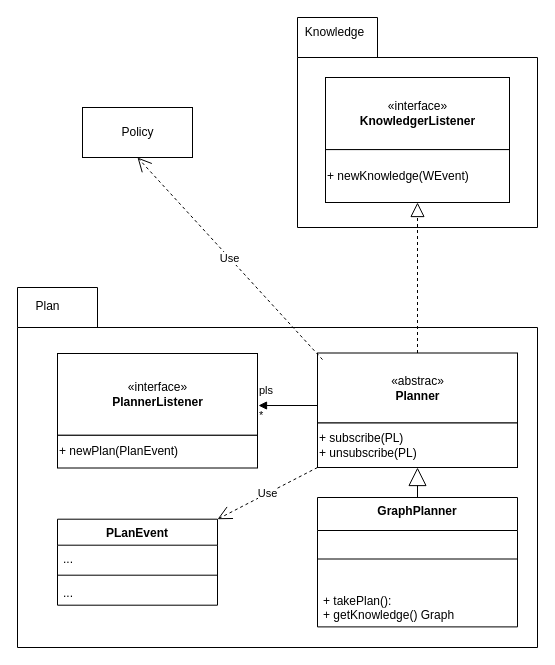
The draw.io diagram fig/drawio/static_model_KP.drawio in Sylv-Lej/thesis-separation-concerns, before the edit. Source tidied: cells renumbered, new cells numbered last; positions are measured from the earlier drawing's top-left corner, leaving out a move shared by most shapes. Both pictures are drawn from the tidied source at 100%, with x=0, y=0 at pixel (17, 17).
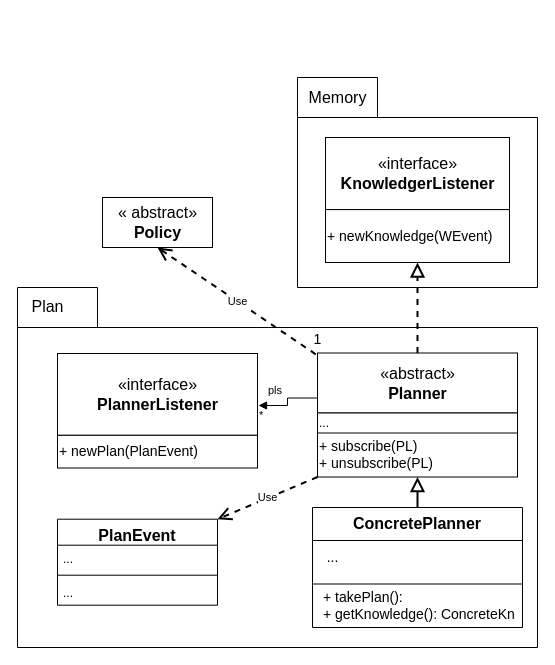
The same page after the edit.

Unchanged cells that the change refers to:
```xml
<mxCell id="2" style="group;" parent="1" vertex="1">
  <mxGeometry x="280" width="240" height="210" as="geometry" />
</mxCell>
<mxCell id="15" style="group;" parent="1" vertex="1">
  <mxGeometry x="300" y="335.5" width="200" height="114.5" as="geometry" />
</mxCell>
<mxCell id="20" style="group;" parent="1" vertex="1">
  <mxGeometry x="40" y="336" width="200" height="114.5" as="geometry" />
</mxCell>
```

Diff of the diagram source:
```diff
@@
     <mxCell id="3" style="shape=folder;fontStyle=1;spacingTop=10;tabWidth=80;tabHeight=40;tabPosition=left;html=1;" parent="2" vertex="1">
-      <mxGeometry width="240" height="210" as="geometry" />
+      <mxGeometry y="60" width="240" height="210" as="geometry" />
     </mxCell>
-    <mxCell id="4" value="Knowledge" style="text;html=1;align=center;verticalAlign=middle;strokeColor=none;" parent="2" vertex="1">
-      <mxGeometry x="2.1" y="5" width="70" height="20" as="geometry" />
+    <mxCell id="4" value="&lt;font style=&quot;font-size: 16px&quot;&gt;Memory&lt;/font&gt;" style="text;html=1;align=center;verticalAlign=middle;strokeColor=none;" parent="2" vertex="1">
+      <mxGeometry x="5" y="70" width="70" height="20" as="geometry" />
     </mxCell>
     <mxCell id="5" style="group;" parent="2" vertex="1">
-      <mxGeometry x="28" y="60" width="184" height="125" as="geometry" />
+      <mxGeometry x="28" y="120" width="184" height="125" as="geometry" />
     </mxCell>
-    <mxCell id="6" value="«interface»&lt;br&gt;&lt;span style=&quot;font-weight: 700&quot;&gt;KnowledgerListener&lt;/span&gt;" style="html=1;" parent="5" vertex="1">
+    <mxCell id="6" value="&lt;font style=&quot;font-size: 16px&quot;&gt;«interface»&lt;br&gt;&lt;span style=&quot;font-weight: 700&quot;&gt;KnowledgerListener&lt;/span&gt;&lt;/font&gt;" style="html=1;" parent="5" vertex="1">
       <mxGeometry width="184" height="72.1" as="geometry" />
     </mxCell>
-    <mxCell id="7" value="+ newKnowledge(WEvent)" style="html=1;align=left;" parent="5" vertex="1">
+    <mxCell id="7" value="&lt;font style=&quot;font-size: 14px&quot;&gt;+ newKnowledge(WEvent)&lt;/font&gt;" style="html=1;align=left;" parent="5" vertex="1">
       <mxGeometry y="72.1" width="184" height="52.9" as="geometry" />
     </mxCell>
@@
-    <mxCell id="11" value="Plan" style="text;html=1;align=center;verticalAlign=middle;strokeColor=none;" parent="1" vertex="1">
-      <mxGeometry x="10" y="278.6" width="40" height="20" as="geometry" />
+    <mxCell id="11" value="&lt;font style=&quot;font-size: 16px&quot;&gt;Plan&lt;/font&gt;" style="text;html=1;align=center;verticalAlign=middle;strokeColor=none;" parent="1" vertex="1">
+      <mxGeometry x="5" y="278.6" width="50" height="20" as="geometry" />
     </mxCell>
-    <mxCell id="12" value="GraphPlanner" style="swimlane;fontStyle=1;align=center;verticalAlign=top;horizontal=1;startSize=33;" parent="1" vertex="1">
-      <mxGeometry x="300" y="480" width="200" height="129.4" as="geometry" />
+    <mxCell id="12" value="ConcretePlanner" style="swimlane;fontStyle=1;align=center;verticalAlign=top;horizontal=1;startSize=33;fontSize=16;" parent="1" vertex="1">
+      <mxGeometry x="295" y="490" width="210" height="120" as="geometry" />
     </mxCell>
     <mxCell id="13" style="line;strokeWidth=1;fillColor=none;align=left;verticalAlign=middle;spacingTop=-1;spacingLeft=3;spacingRight=3;labelPosition=right;" parent="12" vertex="1">
-      <mxGeometry y="33" width="200" height="57" as="geometry" />
+      <mxGeometry y="33" width="210" height="87" as="geometry" />
     </mxCell>
-    <mxCell id="14" value="+ takePlan():&#10;+ getKnowledge() Graph" style="text;strokeColor=none;fillColor=none;align=left;verticalAlign=top;spacingLeft=4;spacingRight=4;overflow=hidden;" parent="12" vertex="1">
-      <mxGeometry y="90" width="200" height="39.4" as="geometry" />
-    </mxCell>
@@
-    <mxCell id="16" value="«abstrac»&lt;br&gt;&lt;span style=&quot;font-weight: 700&quot;&gt;Planner&lt;/span&gt;" style="html=1;" parent="15" vertex="1">
-      <mxGeometry width="200" height="70" as="geometry" />
+    <mxCell id="16" value="&lt;font style=&quot;font-size: 16px&quot;&gt;«abstract»&lt;br&gt;&lt;span style=&quot;font-weight: 700&quot;&gt;Planner&lt;/span&gt;&lt;/font&gt;" style="html=1;" parent="15" vertex="1">
+      <mxGeometry width="200" height="60" as="geometry" />
     </mxCell>
-    <mxCell id="17" value="+ subscribe(PL)&lt;br&gt;+ unsubscribe(PL)" style="html=1;align=left;" parent="15" vertex="1">
-      <mxGeometry y="70" width="200" height="44.5" as="geometry" />
+    <mxCell id="17" value="&lt;font style=&quot;font-size: 14px&quot;&gt;+ subscribe(PL)&lt;br&gt;+ unsubscribe(PL)&lt;/font&gt;" style="html=1;align=left;" parent="15" vertex="1">
+      <mxGeometry y="79.5" width="200" height="44.5" as="geometry" />
     </mxCell>
-    <mxCell id="18" value="Policy" style="html=1;" parent="1" vertex="1">
-      <mxGeometry x="65" y="90" width="110" height="50" as="geometry" />
-    </mxCell>
+    <mxCell id="32" value="..." style="html=1;align=left;" parent="15" vertex="1">
+      <mxGeometry y="60" width="200" height="20" as="geometry" />
+    </mxCell>
-    <mxCell id="19" value="Use" style="endArrow=open;endSize=12;dashed=1;html=1;rounded=0;exitX=0.025;exitY=0.094;exitDx=0;exitDy=0;entryX=0.5;entryY=1;entryDx=0;entryDy=0;exitPerimeter=0;" parent="1" edge="1" source="16" target="18">
+    <mxCell id="19" value="Use" style="endArrow=open;endSize=10;dashed=1;html=1;rounded=0;exitX=0.414;exitY=1.027;exitDx=0;exitDy=0;entryX=0.5;entryY=1;entryDx=0;entryDy=0;exitPerimeter=0;strokeWidth=2;" parent="1" edge="1" source="34" target="33">
       <mxGeometry relative="1" as="geometry" />
     </mxCell>
@@
-    <mxCell id="21" value="«interface»&lt;br&gt;&lt;span style=&quot;font-weight: 700&quot;&gt;PlannerListener&lt;/span&gt;" style="html=1;" parent="20" vertex="1">
+    <mxCell id="21" value="&lt;font style=&quot;font-size: 16px&quot;&gt;«interface»&lt;br&gt;&lt;span style=&quot;font-weight: 700&quot;&gt;PlannerListener&lt;/span&gt;&lt;/font&gt;" style="html=1;" parent="20" vertex="1">
       <mxGeometry width="200" height="81.8" as="geometry" />
     </mxCell>
-    <mxCell id="22" value="+ newPlan(PlanEvent)" style="html=1;align=left;" parent="20" vertex="1">
+    <mxCell id="22" value="&lt;font style=&quot;font-size: 14px&quot;&gt;+ newPlan(PlanEvent)&lt;/font&gt;" style="html=1;align=left;" parent="20" vertex="1">
       <mxGeometry y="81.8" width="200" height="32.7" as="geometry" />
     </mxCell>
-    <mxCell id="23" style="endArrow=block;dashed=1;endFill=0;endSize=12;html=1;rounded=0;exitX=0.5;exitY=0;exitDx=0;exitDy=0;entryX=0.5;entryY=1;entryDx=0;entryDy=0;" parent="1" edge="1" source="16" target="7">
+    <mxCell id="23" style="endArrow=block;dashed=1;endFill=0;endSize=10;html=1;rounded=0;exitX=0.5;exitY=0;exitDx=0;exitDy=0;entryX=0.5;entryY=1;entryDx=0;entryDy=0;strokeWidth=2;" parent="1" edge="1" source="16" target="7">
       <mxGeometry relative="1" as="geometry" />
     </mxCell>
-    <mxCell id="24" style="endArrow=block;endSize=16;endFill=0;html=1;rounded=0;exitX=0.5;exitY=0;exitDx=0;exitDy=0;entryX=0.5;entryY=1;entryDx=0;entryDy=0;" parent="1" edge="1" source="12" target="17">
+    <mxCell id="24" style="endArrow=block;endSize=10;endFill=0;html=1;rounded=0;exitX=0.5;exitY=0;exitDx=0;exitDy=0;entryX=0.5;entryY=1;entryDx=0;entryDy=0;strokeWidth=2;" parent="1" edge="1" source="12" target="17">
       <mxGeometry relative="1" as="geometry" />
     </mxCell>
     <mxCell id="25" value="pls" style="endArrow=block;endFill=1;html=1;edgeStyle=orthogonalEdgeStyle;align=left;verticalAlign=top;rounded=0;exitX=0;exitY=0.75;exitDx=0;exitDy=0;entryX=1.005;entryY=0.636;entryDx=0;entryDy=0;entryPerimeter=0;" parent="1" edge="1" source="16" target="21">
-      <mxGeometry x="1" y="-28" relative="1" as="geometry">
-        <mxPoint x="-1" as="offset" />
-      </mxGeometry>
+      <mxGeometry x="0.73" y="-28" relative="1" as="geometry" />
     </mxCell>
     <mxCell id="26" value="*" style="edgeLabel;html=1;align=left;verticalAlign=bottom;" parent="25" vertex="1">
       <mxGeometry x="-1" relative="1" as="geometry">
-        <mxPoint x="-60" y="18" as="offset" />
+        <mxPoint x="-60" y="25" as="offset" />
       </mxGeometry>
     </mxCell>
-    <mxCell id="27" value="PLanEvent" style="swimlane;fontStyle=1;align=center;verticalAlign=top;horizontal=1;startSize=26;" parent="1" vertex="1">
+    <mxCell id="27" value="PlanEvent" style="swimlane;fontStyle=1;align=center;verticalAlign=top;horizontal=1;startSize=26;fontSize=16;" parent="1" vertex="1">
       <mxGeometry x="40" y="501.7" width="160" height="86" as="geometry" />
     </mxCell>
@@
-    <mxCell id="31" value="Use" style="endArrow=open;endSize=12;dashed=1;html=1;rounded=0;exitX=0;exitY=1;exitDx=0;exitDy=0;entryX=1;entryY=0;entryDx=0;entryDy=0;" parent="1" edge="1" source="17" target="27">
+    <mxCell id="31" value="Use" style="endArrow=open;endSize=10;dashed=1;html=1;rounded=0;exitX=0;exitY=1;exitDx=0;exitDy=0;entryX=1;entryY=0;entryDx=0;entryDy=0;strokeWidth=2;jumpSize=4;startSize=5;" parent="1" edge="1" source="17" target="27">
       <mxGeometry relative="1" as="geometry" />
     </mxCell>
+    <mxCell id="33" value="&lt;font style=&quot;font-size: 16px&quot;&gt;«&amp;nbsp;abstract»&lt;br&gt;&lt;b&gt;Policy&lt;/b&gt;&lt;/font&gt;" style="html=1;fontSize=14;" parent="1" vertex="1">
+      <mxGeometry x="85" y="180" width="110" height="50" as="geometry" />
+    </mxCell>
+    <mxCell id="34" value="&lt;font style=&quot;font-size: 14px&quot;&gt;1&lt;/font&gt;" style="text;html=1;align=center;verticalAlign=middle;points=[];strokeColor=none;fillColor=none;fontSize=16;" parent="1" vertex="1">
+      <mxGeometry x="290" y="306" width="20" height="30" as="geometry" />
+    </mxCell>
+    <mxCell id="14" value="+ takePlan():&#10;+ getKnowledge(): ConcreteKn" style="text;strokeColor=none;fillColor=none;align=left;verticalAlign=top;spacingLeft=4;spacingRight=4;overflow=hidden;fontSize=14;" parent="1" vertex="1">
+      <mxGeometry x="300" y="565" width="210" height="37.7" as="geometry" />
+    </mxCell>
+    <mxCell id="35" value="..." style="text;html=1;align=center;verticalAlign=middle;strokeColor=none;fillColor=none;fontSize=14;" parent="1" vertex="1">
+      <mxGeometry x="300" y="530" width="30" height="20" as="geometry" />
+    </mxCell>
```
